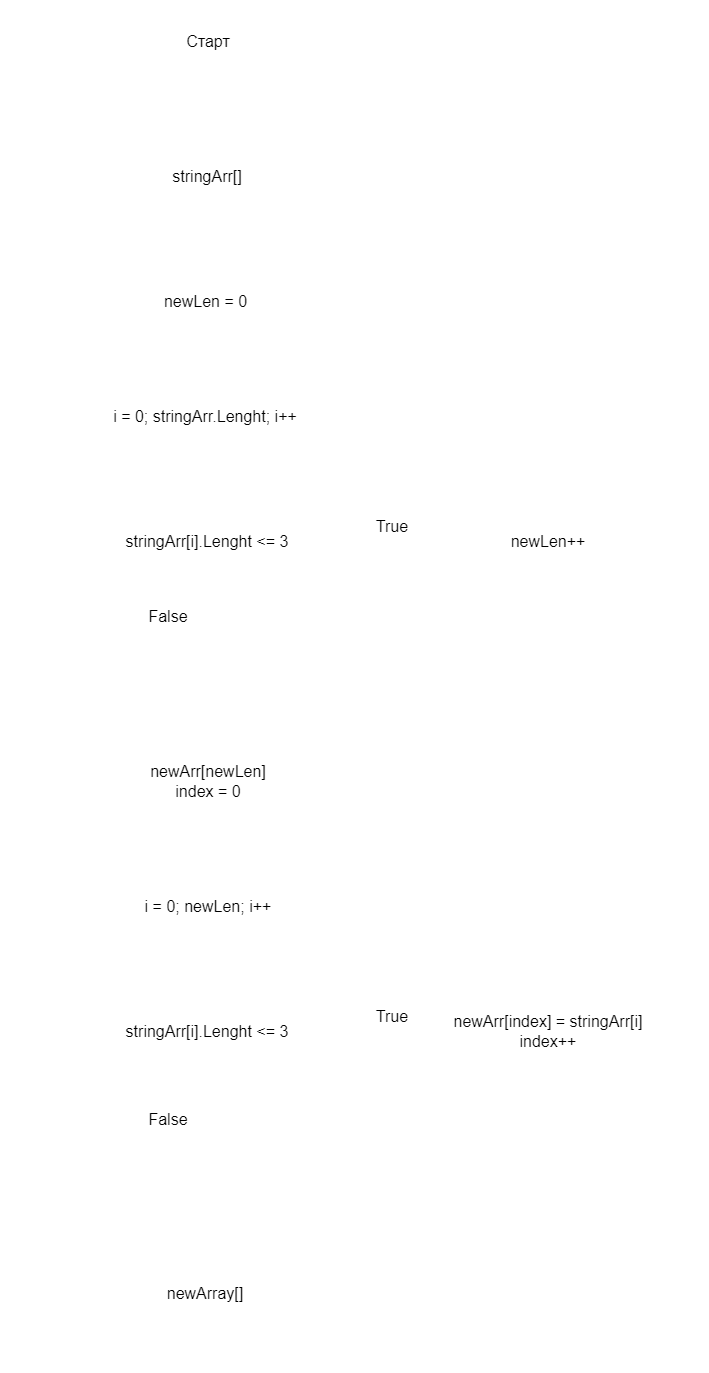
Before: diag.grawio.png, a diagram exported from draw.io (dv-rudnev/FinalTest). Source tidied: cells renumbered, new cells last; positions are measured from the earlier drawing's top-left corner, leaving out a move shared by most shapes. The source it was exported from:
```xml
<mxGraphModel>
  <root>
    <mxCell id="0" />
    <mxCell id="1" parent="0" />
    <mxCell id="2" style="edgeStyle=none;html=1;exitX=0.5;exitY=1;exitDx=0;exitDy=0;entryX=0.5;entryY=0;entryDx=0;entryDy=0;fontSize=16;strokeColor=#FFFFFF;strokeWidth=3;" parent="1" edge="1" source="3" target="5">
      <mxGeometry relative="1" as="geometry" />
    </mxCell>
    <mxCell id="3" value="&lt;font style=&quot;font-size: 16px&quot;&gt;Старт&lt;/font&gt;" style="ellipse;whiteSpace=wrap;html=1;strokeColor=#FFFFFF;strokeWidth=3;" parent="1" vertex="1">
      <mxGeometry x="140" width="120" height="80" as="geometry" />
    </mxCell>
    <mxCell id="4" style="edgeStyle=none;html=1;fontSize=16;strokeColor=#FFFFFF;strokeWidth=3;" parent="1" edge="1" source="5">
      <mxGeometry relative="1" as="geometry">
        <mxPoint x="199" y="270" as="targetPoint" />
      </mxGeometry>
    </mxCell>
    <mxCell id="5" value="stringArr[]&lt;br&gt;" style="shape=parallelogram;perimeter=parallelogramPerimeter;whiteSpace=wrap;html=1;fixedSize=1;fontSize=16;strokeColor=#FFFFFF;strokeWidth=3;" parent="1" vertex="1">
      <mxGeometry x="30" y="140" width="337.5" height="70" as="geometry" />
    </mxCell>
    <mxCell id="6" style="edgeStyle=none;html=1;exitX=0.5;exitY=1;exitDx=0;exitDy=0;entryX=0.5;entryY=0;entryDx=0;entryDy=0;fontSize=16;strokeColor=#FFFFFF;strokeWidth=3;" parent="1" edge="1" source="7" target="13">
      <mxGeometry relative="1" as="geometry" />
    </mxCell>
    <mxCell id="7" value="newLen = 0" style="whiteSpace=wrap;html=1;fontSize=16;strokeColor=#FFFFFF;strokeWidth=3;" parent="1" vertex="1">
      <mxGeometry x="50" y="270" width="295" height="60" as="geometry" />
    </mxCell>
    <mxCell id="8" style="edgeStyle=none;html=1;exitX=1;exitY=0.5;exitDx=0;exitDy=0;entryX=0;entryY=0.5;entryDx=0;entryDy=0;fontSize=16;strokeColor=#FFFFFF;strokeWidth=3;" parent="1" edge="1" source="10" target="15">
      <mxGeometry relative="1" as="geometry" />
    </mxCell>
    <mxCell id="9" style="edgeStyle=none;html=1;exitX=0.5;exitY=1;exitDx=0;exitDy=0;fontSize=16;strokeColor=#FFFFFF;strokeWidth=3;entryX=1;entryY=0.5;entryDx=0;entryDy=0;" parent="1" edge="1" source="10" target="13">
      <mxGeometry relative="1" as="geometry">
        <Array as="points">
          <mxPoint x="199" y="630" />
          <mxPoint x="690" y="630" />
          <mxPoint x="690" y="415" />
        </Array>
      </mxGeometry>
    </mxCell>
    <mxCell id="10" value="stringArr[i].Lenght &amp;lt;= 3" style="rhombus;whiteSpace=wrap;html=1;fontSize=16;strokeColor=#FFFFFF;strokeWidth=3;" parent="1" vertex="1">
      <mxGeometry x="50" y="500" width="297.5" height="80" as="geometry" />
    </mxCell>
    <mxCell id="11" style="edgeStyle=none;html=1;exitX=0.5;exitY=1;exitDx=0;exitDy=0;entryX=0.5;entryY=0;entryDx=0;entryDy=0;fontSize=16;strokeColor=#FFFFFF;strokeWidth=3;" parent="1" edge="1" source="13" target="10">
      <mxGeometry relative="1" as="geometry" />
    </mxCell>
    <mxCell id="12" style="edgeStyle=none;html=1;exitX=0;exitY=0.5;exitDx=0;exitDy=0;entryX=0.5;entryY=0;entryDx=0;entryDy=0;fontSize=16;strokeColor=#FFFFFF;strokeWidth=3;" parent="1" edge="1" source="13" target="18">
      <mxGeometry relative="1" as="geometry">
        <Array as="points">
          <mxPoint y="415" />
          <mxPoint y="690" />
          <mxPoint x="200" y="690" />
        </Array>
      </mxGeometry>
    </mxCell>
    <mxCell id="13" value="&lt;span&gt;i = 0; stringArr.Lenght; i++&lt;/span&gt;" style="shape=hexagon;perimeter=hexagonPerimeter2;whiteSpace=wrap;html=1;fixedSize=1;fontSize=16;strokeColor=#FFFFFF;strokeWidth=3;" parent="1" vertex="1">
      <mxGeometry x="37.5" y="390" width="320" height="50" as="geometry" />
    </mxCell>
    <mxCell id="14" style="edgeStyle=none;html=1;exitX=0.5;exitY=0;exitDx=0;exitDy=0;fontSize=16;strokeColor=#FFFFFF;strokeWidth=3;" parent="1" edge="1" source="15">
      <mxGeometry relative="1" as="geometry">
        <mxPoint x="541" y="420" as="targetPoint" />
      </mxGeometry>
    </mxCell>
    <mxCell id="15" value="newLen++" style="rounded=0;whiteSpace=wrap;html=1;fontSize=16;strokeColor=#FFFFFF;strokeWidth=3;" parent="1" vertex="1">
      <mxGeometry x="430" y="510" width="220" height="60" as="geometry" />
    </mxCell>
    <mxCell id="16" value="True" style="text;html=1;strokeColor=none;fillColor=none;align=center;verticalAlign=middle;whiteSpace=wrap;rounded=0;fontSize=16;" parent="1" vertex="1">
      <mxGeometry x="353.8" y="510" width="60" height="30" as="geometry" />
    </mxCell>
    <mxCell id="17" style="edgeStyle=none;html=1;exitX=0.5;exitY=1;exitDx=0;exitDy=0;fontSize=16;strokeColor=#FFFFFF;strokeWidth=3;entryX=0.5;entryY=0;entryDx=0;entryDy=0;" parent="1" edge="1" source="18" target="21">
      <mxGeometry relative="1" as="geometry" />
    </mxCell>
    <mxCell id="18" value="newArr[newLen]&lt;br&gt;index = 0" style="rounded=0;whiteSpace=wrap;html=1;fontSize=16;strokeColor=#FFFFFF;strokeWidth=3;" parent="1" vertex="1">
      <mxGeometry x="45" y="750" width="310" height="60" as="geometry" />
    </mxCell>
    <mxCell id="19" style="edgeStyle=none;html=1;exitX=0.5;exitY=1;exitDx=0;exitDy=0;entryX=0.5;entryY=0;entryDx=0;entryDy=0;fontSize=16;strokeColor=#FFFFFF;strokeWidth=3;" parent="1" edge="1" source="21" target="24">
      <mxGeometry relative="1" as="geometry" />
    </mxCell>
    <mxCell id="20" style="edgeStyle=none;html=1;exitX=0;exitY=0.5;exitDx=0;exitDy=0;entryX=0.5;entryY=0;entryDx=0;entryDy=0;fontSize=16;strokeColor=#FFFFFF;strokeWidth=3;" parent="1" edge="1" source="21" target="28">
      <mxGeometry relative="1" as="geometry">
        <Array as="points">
          <mxPoint y="905" />
          <mxPoint y="1180" />
          <mxPoint x="197" y="1180" />
        </Array>
      </mxGeometry>
    </mxCell>
    <mxCell id="21" value="&lt;span&gt;i = 0; newLen; i++&lt;/span&gt;" style="shape=hexagon;perimeter=hexagonPerimeter2;whiteSpace=wrap;html=1;fixedSize=1;fontSize=16;strokeColor=#FFFFFF;strokeWidth=3;" parent="1" vertex="1">
      <mxGeometry x="40" y="880" width="320" height="50" as="geometry" />
    </mxCell>
    <mxCell id="22" style="edgeStyle=none;html=1;exitX=1;exitY=0.5;exitDx=0;exitDy=0;entryX=0;entryY=0.5;entryDx=0;entryDy=0;fontSize=16;strokeColor=#FFFFFF;strokeWidth=3;" parent="1" edge="1" source="24" target="26">
      <mxGeometry relative="1" as="geometry" />
    </mxCell>
    <mxCell id="23" style="edgeStyle=none;html=1;exitX=0.5;exitY=1;exitDx=0;exitDy=0;fontSize=16;strokeColor=#FFFFFF;strokeWidth=3;entryX=1;entryY=0.5;entryDx=0;entryDy=0;" parent="1" edge="1" source="24" target="21">
      <mxGeometry relative="1" as="geometry">
        <Array as="points">
          <mxPoint x="199" y="1130" />
          <mxPoint x="690" y="1130" />
          <mxPoint x="690" y="905" />
          <mxPoint x="450" y="905" />
        </Array>
      </mxGeometry>
    </mxCell>
    <mxCell id="24" value="stringArr[i].Lenght &amp;lt;= 3" style="rhombus;whiteSpace=wrap;html=1;fontSize=16;strokeColor=#FFFFFF;strokeWidth=3;" parent="1" vertex="1">
      <mxGeometry x="50" y="990" width="297.5" height="80" as="geometry" />
    </mxCell>
    <mxCell id="25" style="edgeStyle=none;html=1;exitX=0.5;exitY=0;exitDx=0;exitDy=0;fontSize=16;strokeColor=#FFFFFF;strokeWidth=3;" parent="1" edge="1" source="26">
      <mxGeometry relative="1" as="geometry">
        <mxPoint x="540.7" y="910" as="targetPoint" />
      </mxGeometry>
    </mxCell>
    <mxCell id="26" value="newArr[index] = stringArr[i]&lt;br&gt;index++" style="rounded=0;whiteSpace=wrap;html=1;fontSize=16;strokeColor=#FFFFFF;strokeWidth=3;" parent="1" vertex="1">
      <mxGeometry x="430" y="1000" width="220" height="60" as="geometry" />
    </mxCell>
    <mxCell id="27" value="False" style="text;html=1;strokeColor=none;fillColor=none;align=center;verticalAlign=middle;whiteSpace=wrap;rounded=0;fontSize=16;" parent="1" vertex="1">
      <mxGeometry x="130" y="600" width="60" height="30" as="geometry" />
    </mxCell>
    <mxCell id="28" value="newArray[]" style="shape=document;whiteSpace=wrap;html=1;boundedLbl=1;fontSize=16;strokeColor=#FFFFFF;strokeWidth=3;" parent="1" vertex="1">
      <mxGeometry x="57.5" y="1250" width="280" height="120" as="geometry" />
    </mxCell>
    <mxCell id="29" value="False" style="text;html=1;strokeColor=none;fillColor=none;align=center;verticalAlign=middle;whiteSpace=wrap;rounded=0;fontSize=16;" parent="1" vertex="1">
      <mxGeometry x="130" y="1103" width="60" height="30" as="geometry" />
    </mxCell>
    <mxCell id="30" value="True" style="text;html=1;strokeColor=none;fillColor=none;align=center;verticalAlign=middle;whiteSpace=wrap;rounded=0;fontSize=16;" parent="1" vertex="1">
      <mxGeometry x="353.8" y="1000" width="60" height="30" as="geometry" />
    </mxCell>
  </root>
</mxGraphModel>
```
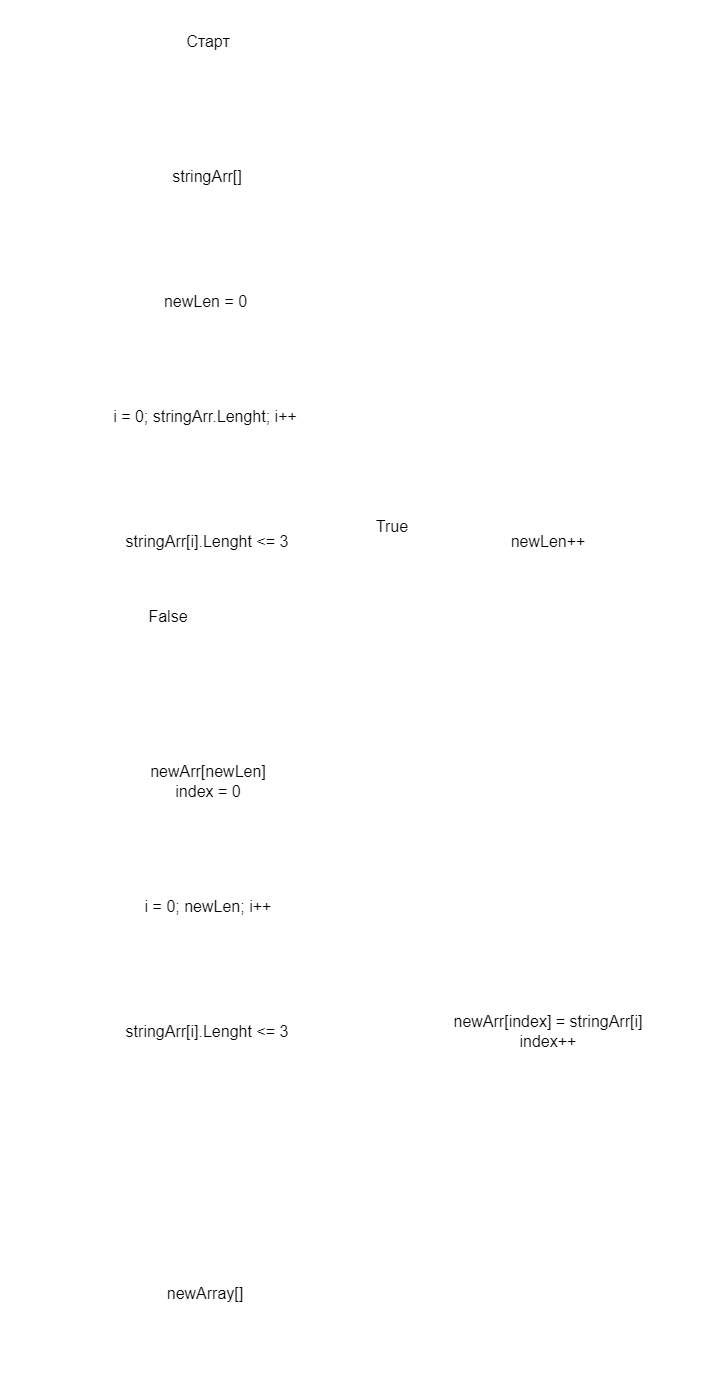
The same file after the commit.

Diff of the diagram source:
```diff
@@ -114,10 +114,10 @@
     <mxCell id="28" value="newArray[]" style="shape=document;whiteSpace=wrap;html=1;boundedLbl=1;fontSize=16;strokeColor=#FFFFFF;strokeWidth=3;" parent="1" vertex="1">
       <mxGeometry x="57.5" y="1250" width="280" height="120" as="geometry" />
     </mxCell>
-    <mxCell id="29" value="False" style="text;html=1;strokeColor=none;fillColor=none;align=center;verticalAlign=middle;whiteSpace=wrap;rounded=0;fontSize=16;" parent="1" vertex="1">
+    <mxCell id="29" value="False" style="text;html=1;strokeColor=none;fillColor=none;align=center;verticalAlign=middle;whiteSpace=wrap;rounded=0;fontSize=16;fontColor=#FFFFFF;" parent="1" vertex="1">
       <mxGeometry x="130" y="1103" width="60" height="30" as="geometry" />
     </mxCell>
-    <mxCell id="30" value="True" style="text;html=1;strokeColor=none;fillColor=none;align=center;verticalAlign=middle;whiteSpace=wrap;rounded=0;fontSize=16;" parent="1" vertex="1">
+    <mxCell id="30" value="True" style="text;html=1;strokeColor=none;fillColor=none;align=center;verticalAlign=middle;whiteSpace=wrap;rounded=0;fontSize=16;fontColor=#FFFFFF;" parent="1" vertex="1">
       <mxGeometry x="353.8" y="1000" width="60" height="30" as="geometry" />
     </mxCell>
   </root>
```
